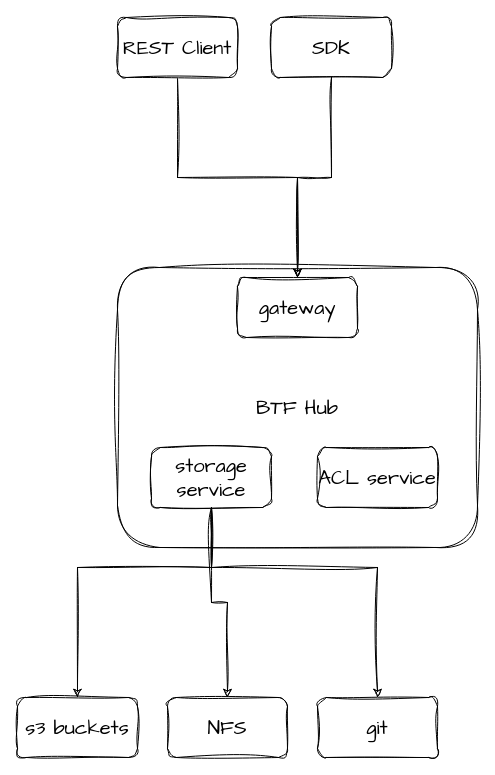
Before: BTFHUB.drawio in pkking/mydrawio, a draw.io diagram. Source tidied: cells renumbered, new cells numbered last; positions are measured from the earlier drawing's top-left corner, leaving out a move shared by most shapes. Both pictures are drawn from the tidied source at 100%, with x=0, y=0 at pixel (17, 17).
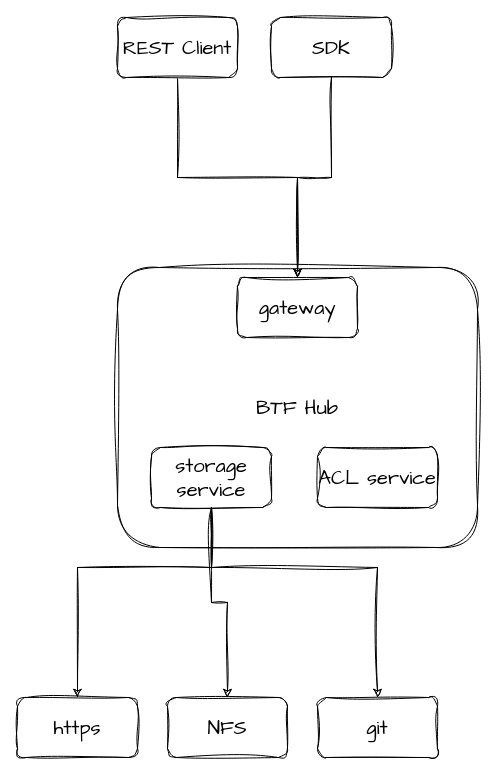
Above is the later version.

The edit, as a diff of the source:
```diff
@@
 <mxGraphModel>
   <root>
     <mxCell id="0" />
     <mxCell id="1" parent="0" />
     <mxCell id="2" value="BTF Hub" style="rounded=1;whiteSpace=wrap;html=1;sketch=1;hachureGap=4;jiggle=2;curveFitting=1;fontFamily=Architects Daughter;fontSize=20;" parent="1" vertex="1">
       <mxGeometry x="100" y="250" width="360" height="280" as="geometry" />
     </mxCell>
     <mxCell id="3" value="gateway" style="rounded=1;whiteSpace=wrap;html=1;sketch=1;hachureGap=4;jiggle=2;curveFitting=1;fontFamily=Architects Daughter;fontSize=20;" parent="1" vertex="1">
       <mxGeometry x="220" y="260" width="120" height="60" as="geometry" />
     </mxCell>
     <mxCell id="4" style="edgeStyle=orthogonalEdgeStyle;rounded=0;sketch=1;hachureGap=4;jiggle=2;curveFitting=1;jettySize=auto;html=1;entryX=0.5;entryY=0;entryDx=0;entryDy=0;fontFamily=Architects Daughter;fontSize=16;" parent="1" edge="1" source="7" target="9">
       <mxGeometry relative="1" as="geometry">
         <Array as="points">
           <mxPoint x="194" y="550" />
           <mxPoint x="60" y="550" />
         </Array>
       </mxGeometry>
     </mxCell>
     <mxCell id="5" style="edgeStyle=orthogonalEdgeStyle;rounded=0;sketch=1;hachureGap=4;jiggle=2;curveFitting=1;jettySize=auto;html=1;fontFamily=Architects Daughter;fontSize=16;" parent="1" edge="1" source="7" target="10">
       <mxGeometry relative="1" as="geometry" />
     </mxCell>
     <mxCell id="6" style="edgeStyle=orthogonalEdgeStyle;rounded=0;sketch=1;hachureGap=4;jiggle=2;curveFitting=1;jettySize=auto;html=1;fontFamily=Architects Daughter;fontSize=16;" parent="1" edge="1" source="7" target="11">
       <mxGeometry relative="1" as="geometry">
         <Array as="points">
           <mxPoint x="194" y="550" />
           <mxPoint x="360" y="550" />
         </Array>
       </mxGeometry>
     </mxCell>
     <mxCell id="7" value="storage service" style="rounded=1;whiteSpace=wrap;html=1;sketch=1;hachureGap=4;jiggle=2;curveFitting=1;fontFamily=Architects Daughter;fontSize=20;" parent="1" vertex="1">
       <mxGeometry x="134" y="430" width="120" height="60" as="geometry" />
     </mxCell>
     <mxCell id="8" value="ACL service" style="rounded=1;whiteSpace=wrap;html=1;sketch=1;hachureGap=4;jiggle=2;curveFitting=1;fontFamily=Architects Daughter;fontSize=20;" parent="1" vertex="1">
       <mxGeometry x="300" y="430" width="120" height="60" as="geometry" />
     </mxCell>
-    <mxCell id="9" value="s3 buckets" style="rounded=1;whiteSpace=wrap;html=1;sketch=1;hachureGap=4;jiggle=2;curveFitting=1;fontFamily=Architects Daughter;fontSize=20;" parent="1" vertex="1">
+    <mxCell id="9" value="https" style="rounded=1;whiteSpace=wrap;html=1;sketch=1;hachureGap=4;jiggle=2;curveFitting=1;fontFamily=Architects Daughter;fontSize=20;" parent="1" vertex="1">
       <mxGeometry y="680" width="120" height="60" as="geometry" />
     </mxCell>
     <mxCell id="10" value="NFS" style="rounded=1;whiteSpace=wrap;html=1;sketch=1;hachureGap=4;jiggle=2;curveFitting=1;fontFamily=Architects Daughter;fontSize=20;" parent="1" vertex="1">
       <mxGeometry x="150" y="680" width="120" height="60" as="geometry" />
     </mxCell>
     <mxCell id="11" value="git" style="rounded=1;whiteSpace=wrap;html=1;sketch=1;hachureGap=4;jiggle=2;curveFitting=1;fontFamily=Architects Daughter;fontSize=20;" parent="1" vertex="1">
       <mxGeometry x="300" y="680" width="120" height="60" as="geometry" />
     </mxCell>
     <mxCell id="12" style="edgeStyle=orthogonalEdgeStyle;rounded=0;sketch=1;hachureGap=4;jiggle=2;curveFitting=1;jettySize=auto;html=1;fontFamily=Architects Daughter;fontSize=16;" parent="1" edge="1" source="13" target="3">
       <mxGeometry relative="1" as="geometry" />
     </mxCell>
     <mxCell id="13" value="SDK" style="rounded=1;whiteSpace=wrap;html=1;sketch=1;hachureGap=4;jiggle=2;curveFitting=1;fontFamily=Architects Daughter;fontSize=20;" parent="1" vertex="1">
       <mxGeometry x="254" width="120" height="60" as="geometry" />
     </mxCell>
     <mxCell id="14" style="edgeStyle=orthogonalEdgeStyle;rounded=0;sketch=1;hachureGap=4;jiggle=2;curveFitting=1;jettySize=auto;html=1;fontFamily=Architects Daughter;fontSize=16;" parent="1" edge="1" source="15" target="3">
       <mxGeometry relative="1" as="geometry" />
     </mxCell>
     <mxCell id="15" value="REST Client" style="rounded=1;whiteSpace=wrap;html=1;sketch=1;hachureGap=4;jiggle=2;curveFitting=1;fontFamily=Architects Daughter;fontSize=20;" parent="1" vertex="1">
       <mxGeometry x="100" width="120" height="60" as="geometry" />
     </mxCell>
   </root>
 </mxGraphModel>
```
